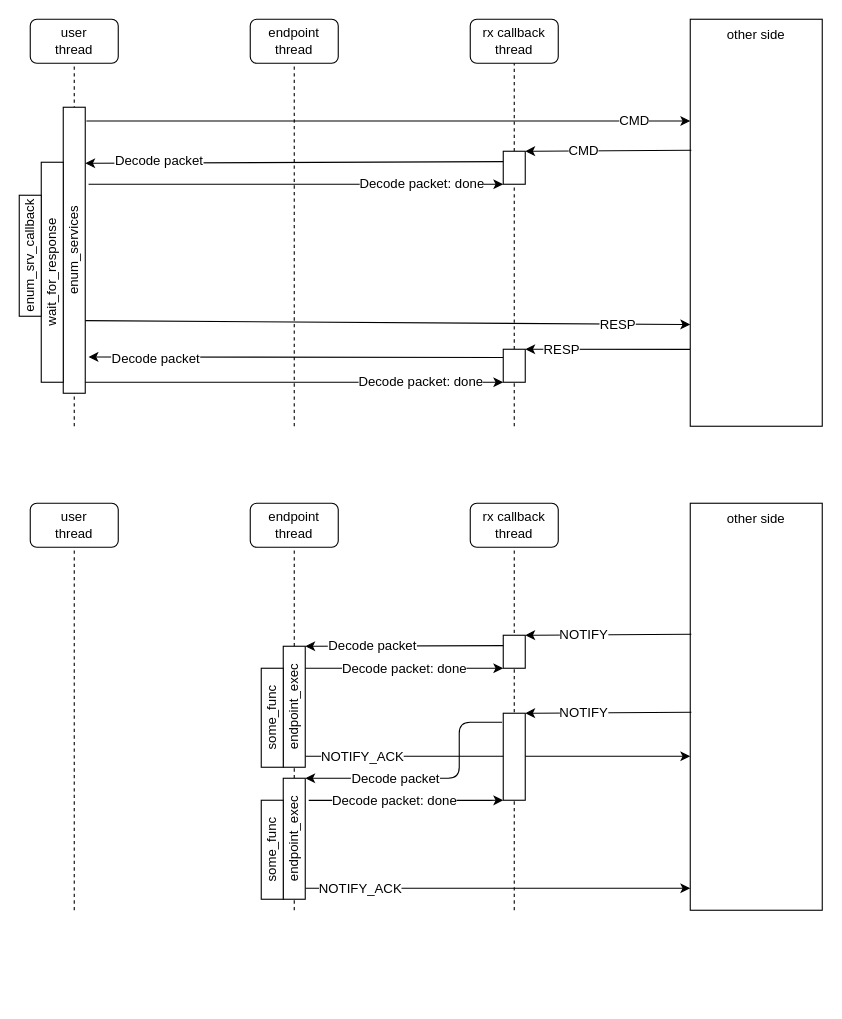
This is No memory copy concept.drawio from doki-nordic/draw.io, a draw.io file, before an edit. Source tidied: cells renumbered, new cells numbered last; positions are measured from the earlier drawing's top-left corner, leaving out a move shared by most shapes. Both pictures are drawn from the tidied source at 110%, with x=0, y=0 at pixel (19, 19).
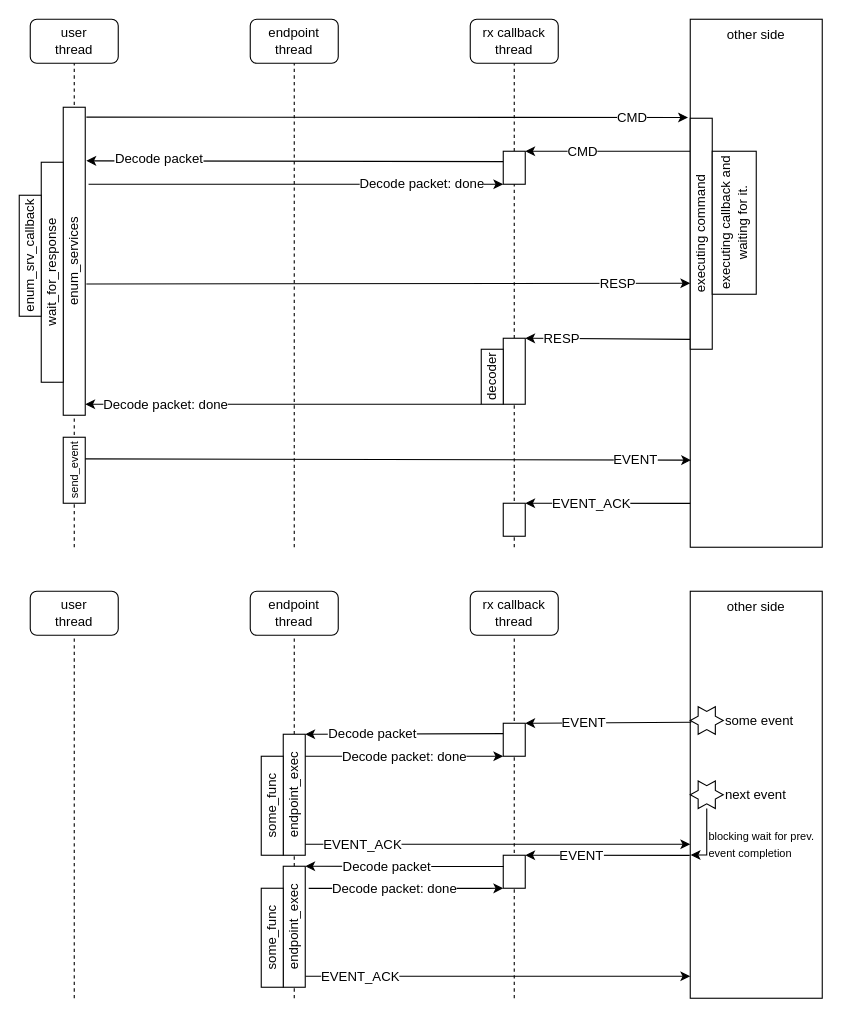
The same diagram, later.

The change refers to these unchanged cells:
```xml
<mxCell id="2" value="user&lt;br&gt;thread" style="rounded=1;whiteSpace=wrap;html=1;" parent="1" vertex="1">
  <mxGeometry x="10" width="80" height="40" as="geometry" />
</mxCell>
<mxCell id="3" value="endpoint&lt;br&gt;thread" style="rounded=1;whiteSpace=wrap;html=1;" parent="1" vertex="1">
  <mxGeometry x="210" width="80" height="40" as="geometry" />
</mxCell>
<mxCell id="18" style="rounded=0;whiteSpace=wrap;html=1;" parent="1" vertex="1">
  <mxGeometry x="440" y="120" width="20" height="30" as="geometry" />
</mxCell>
<mxCell id="42" style="endArrow=classic;html=1;entryX=1;entryY=0;entryDx=0;entryDy=0;exitX=0.008;exitY=0.322;exitDx=0;exitDy=0;exitPerimeter=0;" parent="1" edge="1" source="35" target="44">
  <mxGeometry relative="1" as="geometry" />
</mxCell>
```

Diff of the diagram source:
```diff
@@
-    <mxCell id="5" style="edgeStyle=none;rounded=0;jettySize=auto;html=1;entryX=1;entryY=0;entryDx=0;entryDy=0;exitX=0;exitY=0.811;exitDx=0;exitDy=0;exitPerimeter=0;" parent="1" edge="1" source="7" target="28">
-      <mxGeometry relative="1" as="geometry" />
+    <mxCell id="5" style="edgeStyle=none;rounded=0;jettySize=auto;html=1;entryX=1;entryY=0;entryDx=0;entryDy=0;exitX=0.012;exitY=0.627;exitDx=0;exitDy=0;exitPerimeter=0;" parent="1" edge="1" target="28">
+      <mxGeometry relative="1" as="geometry">
+        <mxPoint x="611.4" y="291" as="sourcePoint" />
+      </mxGeometry>
     </mxCell>
@@
     <mxCell id="7" value="other side" style="rounded=0;whiteSpace=wrap;html=1;verticalAlign=top;" parent="1" vertex="1">
-      <mxGeometry x="610" width="120" height="370" as="geometry" />
+      <mxGeometry x="610" width="120" height="480" as="geometry" />
     </mxCell>
     <mxCell id="8" style="endArrow=none;dashed=1;html=1;entryX=0.5;entryY=1;entryDx=0;entryDy=0;" parent="1" edge="1" target="2">
       <mxGeometry relative="1" as="geometry">
-        <mxPoint x="50" y="370" as="sourcePoint" />
+        <mxPoint x="50" y="480" as="sourcePoint" />
       </mxGeometry>
     </mxCell>
     <mxCell id="9" style="endArrow=none;dashed=1;html=1;entryX=0.5;entryY=1;entryDx=0;entryDy=0;" parent="1" edge="1" target="3">
       <mxGeometry relative="1" as="geometry">
-        <mxPoint x="250" y="370" as="sourcePoint" />
+        <mxPoint x="250" y="480" as="sourcePoint" />
       </mxGeometry>
     </mxCell>
@@
-    <mxCell id="11" style="rounded=0;jettySize=auto;html=1;entryX=0;entryY=0.75;entryDx=0;entryDy=0;" parent="1" edge="1" target="7">
-      <mxGeometry relative="1" as="geometry">
-        <mxPoint x="60" y="274" as="sourcePoint" />
-      </mxGeometry>
+    <mxCell id="11" style="rounded=0;jettySize=auto;html=1;entryX=0;entryY=0.5;entryDx=0;entryDy=0;exitX=1.05;exitY=0.574;exitDx=0;exitDy=0;exitPerimeter=0;" parent="1" edge="1" source="13" target="7">
+      <mxGeometry relative="1" as="geometry" />
     </mxCell>
@@
     <mxCell id="13" value="enum_services" style="rounded=0;whiteSpace=wrap;html=1;horizontal=0;" parent="1" vertex="1">
-      <mxGeometry x="40" y="80" width="20" height="260" as="geometry" />
+      <mxGeometry x="40" y="80" width="20" height="280" as="geometry" />
     </mxCell>
-    <mxCell id="14" style="endArrow=classic;html=1;exitX=1.053;exitY=0.048;exitDx=0;exitDy=0;exitPerimeter=0;entryX=0;entryY=0.25;entryDx=0;entryDy=0;" parent="1" edge="1" source="13" target="7">
-      <mxGeometry relative="1" as="geometry" />
+    <mxCell id="14" style="endArrow=classic;html=1;entryX=-0.017;entryY=0.186;entryDx=0;entryDy=0;entryPerimeter=0;" parent="1" edge="1" target="7">
+      <mxGeometry relative="1" as="geometry">
+        <mxPoint x="61" y="89" as="sourcePoint" />
+      </mxGeometry>
     </mxCell>
@@
-    <mxCell id="16" style="endArrow=classic;html=1;entryX=1;entryY=0;entryDx=0;entryDy=0;exitX=0.008;exitY=0.322;exitDx=0;exitDy=0;exitPerimeter=0;" parent="1" edge="1" source="7" target="18">
+    <mxCell id="16" style="endArrow=classic;html=1;entryX=1;entryY=0;entryDx=0;entryDy=0;exitX=0;exitY=0.25;exitDx=0;exitDy=0;" parent="1" edge="1" source="7" target="18">
       <mxGeometry relative="1" as="geometry" />
     </mxCell>
@@
-    <mxCell id="20" style="endArrow=classic;html=1;exitX=-0.003;exitY=0.315;exitDx=0;exitDy=0;exitPerimeter=0;entryX=1;entryY=0.196;entryDx=0;entryDy=0;entryPerimeter=0;" parent="1" edge="1" source="18" target="13">
+    <mxCell id="20" style="endArrow=classic;html=1;exitX=-0.003;exitY=0.315;exitDx=0;exitDy=0;exitPerimeter=0;entryX=1.05;entryY=0.174;entryDx=0;entryDy=0;entryPerimeter=0;" parent="1" edge="1" source="18" target="13">
       <mxGeometry relative="1" as="geometry" />
     </mxCell>
@@
-    <mxCell id="26" style="edgeStyle=none;rounded=0;jettySize=auto;html=1;exitX=0;exitY=0.25;exitDx=0;exitDy=0;entryX=1.15;entryY=0.873;entryDx=0;entryDy=0;entryPerimeter=0;" parent="1" edge="1" source="28" target="13">
-      <mxGeometry relative="1" as="geometry" />
-    </mxCell>
-    <mxCell id="27" value="Decode packet" style="text;html=1;align=center;verticalAlign=middle;labelBackgroundColor=#ffffff;" parent="26" vertex="1">
-      <mxGeometry x="0.81" y="1" relative="1" as="geometry">
-        <mxPoint x="24.1" as="offset" />
-      </mxGeometry>
-    </mxCell>
     <mxCell id="28" style="rounded=0;whiteSpace=wrap;html=1;" parent="1" vertex="1">
-      <mxGeometry x="440" y="300" width="20" height="30" as="geometry" />
+      <mxGeometry x="440" y="290" width="20" height="60" as="geometry" />
     </mxCell>
     <mxCell id="29" style="endArrow=none;dashed=1;html=1;entryX=0.5;entryY=1;entryDx=0;entryDy=0;" parent="1" edge="1" target="28">
       <mxGeometry relative="1" as="geometry">
-        <mxPoint x="450" y="370" as="sourcePoint" />
+        <mxPoint x="450" y="480" as="sourcePoint" />
       </mxGeometry>
     </mxCell>
-    <mxCell id="30" style="endArrow=classic;html=1;entryX=0;entryY=1;entryDx=0;entryDy=0;" parent="1" edge="1" target="28">
+    <mxCell id="30" style="endArrow=classic;html=1;exitX=0;exitY=1;exitDx=0;exitDy=0;" parent="1" edge="1" source="71">
       <mxGeometry relative="1" as="geometry">
-        <mxPoint x="60" y="330" as="sourcePoint" />
+        <mxPoint x="60" y="350" as="targetPoint" />
       </mxGeometry>
     </mxCell>
     <mxCell id="31" value="Decode packet: done" style="text;html=1;align=center;verticalAlign=middle;labelBackgroundColor=#ffffff;" parent="30" vertex="1">
-      <mxGeometry x="0.6" y="1" relative="1" as="geometry" />
+      <mxGeometry x="0.6" y="1" relative="1" as="geometry">
+        <mxPoint y="-1" as="offset" />
+      </mxGeometry>
     </mxCell>
     <mxCell id="32" value="user&lt;br&gt;thread" style="rounded=1;whiteSpace=wrap;html=1;" parent="1" vertex="1">
-      <mxGeometry x="10" y="440" width="80" height="40" as="geometry" />
+      <mxGeometry x="10" y="520" width="80" height="40" as="geometry" />
     </mxCell>
     <mxCell id="33" value="endpoint&lt;br&gt;thread" style="rounded=1;whiteSpace=wrap;html=1;" parent="1" vertex="1">
-      <mxGeometry x="210" y="440" width="80" height="40" as="geometry" />
+      <mxGeometry x="210" y="520" width="80" height="40" as="geometry" />
     </mxCell>
     <mxCell id="34" value="rx callback&lt;br&gt;thread" style="rounded=1;whiteSpace=wrap;html=1;" parent="1" vertex="1">
-      <mxGeometry x="410" y="440" width="80" height="40" as="geometry" />
+      <mxGeometry x="410" y="520" width="80" height="40" as="geometry" />
     </mxCell>
     <mxCell id="35" value="other side" style="rounded=0;whiteSpace=wrap;html=1;verticalAlign=top;" parent="1" vertex="1">
-      <mxGeometry x="610" y="440" width="120" height="370" as="geometry" />
+      <mxGeometry x="610" y="520" width="120" height="370" as="geometry" />
     </mxCell>
     <mxCell id="36" style="endArrow=none;dashed=1;html=1;entryX=0.5;entryY=1;entryDx=0;entryDy=0;" parent="1" edge="1" target="32">
       <mxGeometry relative="1" as="geometry">
-        <mxPoint x="50" y="810" as="sourcePoint" />
+        <mxPoint x="50" y="890" as="sourcePoint" />
       </mxGeometry>
     </mxCell>
     <mxCell id="37" style="endArrow=none;dashed=1;html=1;entryX=0.5;entryY=1;entryDx=0;entryDy=0;" parent="1" edge="1" target="33">
       <mxGeometry relative="1" as="geometry">
-        <mxPoint x="250" y="810" as="sourcePoint" />
+        <mxPoint x="250" y="890" as="sourcePoint" />
       </mxGeometry>
     </mxCell>
     <mxCell id="38" style="endArrow=none;dashed=1;html=1;entryX=0.5;entryY=1;entryDx=0;entryDy=0;" parent="1" edge="1" target="34">
       <mxGeometry relative="1" as="geometry">
-        <mxPoint x="450" y="810" as="sourcePoint" />
+        <mxPoint x="450" y="890" as="sourcePoint" />
       </mxGeometry>
     </mxCell>
     <mxCell id="39" style="edgeStyle=elbowEdgeStyle;rounded=0;jettySize=auto;html=1;" parent="1" edge="1" source="41" target="35">
       <mxGeometry relative="1" as="geometry">
         <Array as="points">
-          <mxPoint x="340" y="670" />
+          <mxPoint x="340" y="750" />
         </Array>
       </mxGeometry>
     </mxCell>
-    <mxCell id="40" value="NOTIFY_ACK" style="text;html=1;align=center;verticalAlign=middle;labelBackgroundColor=#ffffff;" parent="39" vertex="1">
+    <mxCell id="40" value="EVENT_ACK" style="text;html=1;align=center;verticalAlign=middle;labelBackgroundColor=#ffffff;" parent="39" vertex="1">
       <mxGeometry x="-0.54" y="49" relative="1" as="geometry">
         <mxPoint x="-30" y="49.4" as="offset" />
       </mxGeometry>
     </mxCell>
     <mxCell id="41" value="endpoint_exec" style="rounded=0;whiteSpace=wrap;html=1;horizontal=0;" parent="1" vertex="1">
-      <mxGeometry x="240" y="570" width="20" height="110" as="geometry" />
+      <mxGeometry x="240" y="650" width="20" height="110" as="geometry" />
     </mxCell>
@@
-    <mxCell id="43" value="NOTIFY" style="text;html=1;align=center;verticalAlign=middle;labelBackgroundColor=#ffffff;" parent="42" vertex="1">
+    <mxCell id="43" value="EVENT" style="text;html=1;align=center;verticalAlign=middle;labelBackgroundColor=#ffffff;" parent="42" vertex="1">
       <mxGeometry x="-0.31" y="2" relative="1" as="geometry">
         <mxPoint x="-46.9" y="-2" as="offset" />
       </mxGeometry>
     </mxCell>
     <mxCell id="44" style="rounded=0;whiteSpace=wrap;html=1;" parent="1" vertex="1">
-      <mxGeometry x="440" y="560" width="20" height="30" as="geometry" />
+      <mxGeometry x="440" y="640" width="20" height="30" as="geometry" />
     </mxCell>
@@
     <mxCell id="47" style="endArrow=classic;html=1;entryX=0;entryY=1;entryDx=0;entryDy=0;" parent="1" edge="1" target="44">
       <mxGeometry relative="1" as="geometry">
-        <mxPoint x="260" y="590" as="sourcePoint" />
+        <mxPoint x="260" y="670" as="sourcePoint" />
       </mxGeometry>
     </mxCell>
@@
-    <mxCell id="49" style="endArrow=classic;html=1;entryX=1;entryY=0;entryDx=0;entryDy=0;exitX=0.008;exitY=0.322;exitDx=0;exitDy=0;exitPerimeter=0;" parent="1" edge="1" target="51">
-      <mxGeometry relative="1" as="geometry">
-        <mxPoint x="611" y="630" as="sourcePoint" />
-      </mxGeometry>
+    <mxCell id="49" style="endArrow=classic;html=1;entryX=1;entryY=0;entryDx=0;entryDy=0;exitX=-0.004;exitY=0.649;exitDx=0;exitDy=0;exitPerimeter=0;" parent="1" edge="1" source="35" target="51">
+      <mxGeometry relative="1" as="geometry" />
     </mxCell>
-    <mxCell id="50" value="NOTIFY" style="text;html=1;align=center;verticalAlign=middle;labelBackgroundColor=#ffffff;" parent="49" vertex="1">
+    <mxCell id="50" value="EVENT" style="text;html=1;align=center;verticalAlign=middle;labelBackgroundColor=#ffffff;" parent="49" vertex="1">
       <mxGeometry x="-0.31" y="2" relative="1" as="geometry">
         <mxPoint x="-46.9" y="-2" as="offset" />
       </mxGeometry>
     </mxCell>
     <mxCell id="51" style="rounded=0;whiteSpace=wrap;html=1;" parent="1" vertex="1">
-      <mxGeometry x="440" y="630.9" width="20" height="79.1" as="geometry" />
+      <mxGeometry x="440" y="760" width="20" height="30" as="geometry" />
     </mxCell>
-    <mxCell id="52" style="endArrow=classic;html=1;exitX=-0.05;exitY=0.104;exitDx=0;exitDy=0;exitPerimeter=0;entryX=1;entryY=0;entryDx=0;entryDy=0;edgeStyle=elbowEdgeStyle;" parent="1" edge="1" source="51" target="59">
+    <mxCell id="52" style="endArrow=classic;html=1;exitX=0.019;exitY=0.339;exitDx=0;exitDy=0;entryX=1;entryY=0;entryDx=0;entryDy=0;edgeStyle=elbowEdgeStyle;exitPerimeter=0;" parent="1" edge="1" source="51" target="59">
       <mxGeometry relative="1" as="geometry">
         <Array as="points">
-          <mxPoint x="400" y="670" />
+          <mxPoint x="350" y="763" />
         </Array>
       </mxGeometry>
     </mxCell>
@@
     <mxCell id="54" style="endArrow=classic;html=1;entryX=0;entryY=1;entryDx=0;entryDy=0;exitX=1.157;exitY=0.183;exitDx=0;exitDy=0;exitPerimeter=0;edgeStyle=elbowEdgeStyle;" parent="1" edge="1" source="59" target="51">
       <mxGeometry relative="1" as="geometry">
         <Array as="points">
-          <mxPoint x="420" y="690" />
+          <mxPoint x="420" y="770" />
         </Array>
       </mxGeometry>
     </mxCell>
@@
     <mxCell id="56" value="some_func" style="rounded=0;whiteSpace=wrap;html=1;horizontal=0;" parent="1" vertex="1">
-      <mxGeometry x="220" y="590" width="20" height="90" as="geometry" />
+      <mxGeometry x="220" y="670" width="20" height="90" as="geometry" />
     </mxCell>
     <mxCell id="57" style="edgeStyle=elbowEdgeStyle;rounded=0;jettySize=auto;html=1;" parent="1" edge="1" source="59" target="35">
       <mxGeometry relative="1" as="geometry">
         <Array as="points">
-          <mxPoint x="560" y="790" />
+          <mxPoint x="560" y="870" />
         </Array>
       </mxGeometry>
     </mxCell>
-    <mxCell id="58" value="NOTIFY_ACK" style="text;html=1;align=center;verticalAlign=middle;labelBackgroundColor=#ffffff;" parent="57" vertex="1">
+    <mxCell id="58" value="EVENT_ACK" style="text;html=1;align=center;verticalAlign=middle;labelBackgroundColor=#ffffff;" parent="57" vertex="1">
       <mxGeometry x="0.71" y="254" relative="1" as="geometry">
         <mxPoint x="-250" y="254" as="offset" />
       </mxGeometry>
     </mxCell>
     <mxCell id="59" value="endpoint_exec" style="rounded=0;whiteSpace=wrap;html=1;horizontal=0;" parent="1" vertex="1">
-      <mxGeometry x="240" y="690" width="20" height="110" as="geometry" />
+      <mxGeometry x="240" y="770" width="20" height="110" as="geometry" />
     </mxCell>
     <mxCell id="60" value="some_func" style="rounded=0;whiteSpace=wrap;html=1;horizontal=0;" parent="1" vertex="1">
-      <mxGeometry x="220" y="710" width="20" height="90" as="geometry" />
+      <mxGeometry x="220" y="790" width="20" height="90" as="geometry" />
     </mxCell>
+    <mxCell id="61" value="some event" style="verticalLabelPosition=middle;verticalAlign=middle;html=1;shape=mxgraph.basic.6_point_star;labelPosition=right;align=left;" parent="1" vertex="1">
+      <mxGeometry x="610" y="625" width="30" height="25" as="geometry" />
+    </mxCell>
+    <mxCell id="62" style="edgeStyle=orthogonalEdgeStyle;rounded=0;jettySize=auto;html=1;entryX=0.003;entryY=0.648;entryDx=0;entryDy=0;entryPerimeter=0;" parent="1" edge="1" source="64" target="35">
+      <mxGeometry relative="1" as="geometry">
+        <Array as="points">
+          <mxPoint x="625" y="760" />
+        </Array>
+      </mxGeometry>
+    </mxCell>
+    <mxCell id="63" value="&lt;font style=&quot;font-size: 10px&quot;&gt;blocking wait for prev.&lt;br&gt;event completion&amp;nbsp;&lt;/font&gt;" style="text;html=1;align=left;verticalAlign=middle;labelBackgroundColor=#ffffff;" parent="62" vertex="1">
+      <mxGeometry x="-0.54" relative="1" as="geometry">
+        <mxPoint y="19.4" as="offset" />
+      </mxGeometry>
+    </mxCell>
+    <mxCell id="64" value="next event" style="verticalLabelPosition=middle;verticalAlign=middle;html=1;shape=mxgraph.basic.6_point_star;labelPosition=right;align=left;" parent="1" vertex="1">
+      <mxGeometry x="610" y="692.5" width="30" height="25" as="geometry" />
+    </mxCell>
+    <mxCell id="65" value="&lt;font style=&quot;font-size: 10px&quot;&gt;send_event&lt;/font&gt;" style="rounded=0;whiteSpace=wrap;html=1;horizontal=0;" parent="1" vertex="1">
+      <mxGeometry x="40" y="380" width="20" height="60" as="geometry" />
+    </mxCell>
+    <mxCell id="66" style="endArrow=classic;html=1;exitX=1.053;exitY=0.048;exitDx=0;exitDy=0;exitPerimeter=0;entryX=0.006;entryY=0.835;entryDx=0;entryDy=0;entryPerimeter=0;" parent="1" edge="1" target="7">
+      <mxGeometry relative="1" as="geometry">
+        <mxPoint x="60" y="399.7" as="sourcePoint" />
+      </mxGeometry>
+    </mxCell>
+    <mxCell id="67" value="EVENT" style="text;html=1;align=center;verticalAlign=middle;labelBackgroundColor=#ffffff;" parent="66" vertex="1">
+      <mxGeometry x="0.95" relative="1" as="geometry">
+        <mxPoint x="-37.6" as="offset" />
+      </mxGeometry>
+    </mxCell>
+    <mxCell id="68" style="edgeStyle=none;rounded=0;jettySize=auto;html=1;entryX=1;entryY=0;entryDx=0;entryDy=0;exitX=0;exitY=0.811;exitDx=0;exitDy=0;exitPerimeter=0;" parent="1" edge="1" target="70">
+      <mxGeometry relative="1" as="geometry">
+        <mxPoint x="610" y="440.1" as="sourcePoint" />
+      </mxGeometry>
+    </mxCell>
+    <mxCell id="69" value="EVENT_ACK" style="text;html=1;align=center;verticalAlign=middle;labelBackgroundColor=#ffffff;" parent="68" vertex="1">
+      <mxGeometry x="0.57" relative="1" as="geometry">
+        <mxPoint x="27.9" as="offset" />
+      </mxGeometry>
+    </mxCell>
+    <mxCell id="70" style="rounded=0;whiteSpace=wrap;html=1;" parent="1" vertex="1">
+      <mxGeometry x="440" y="440" width="20" height="30" as="geometry" />
+    </mxCell>
+    <mxCell id="71" value="decoder" style="rounded=0;whiteSpace=wrap;html=1;horizontal=0;" parent="1" vertex="1">
+      <mxGeometry x="420" y="300" width="20" height="50" as="geometry" />
+    </mxCell>
+    <mxCell id="72" value="executing command" style="rounded=0;whiteSpace=wrap;html=1;horizontal=0;" parent="1" vertex="1">
+      <mxGeometry x="610" y="90" width="20" height="210" as="geometry" />
+    </mxCell>
+    <mxCell id="73" value="executing callback and waiting for it." style="rounded=0;whiteSpace=wrap;html=1;horizontal=0;" parent="1" vertex="1">
+      <mxGeometry x="630" y="120" width="40" height="130" as="geometry" />
+    </mxCell>
```
